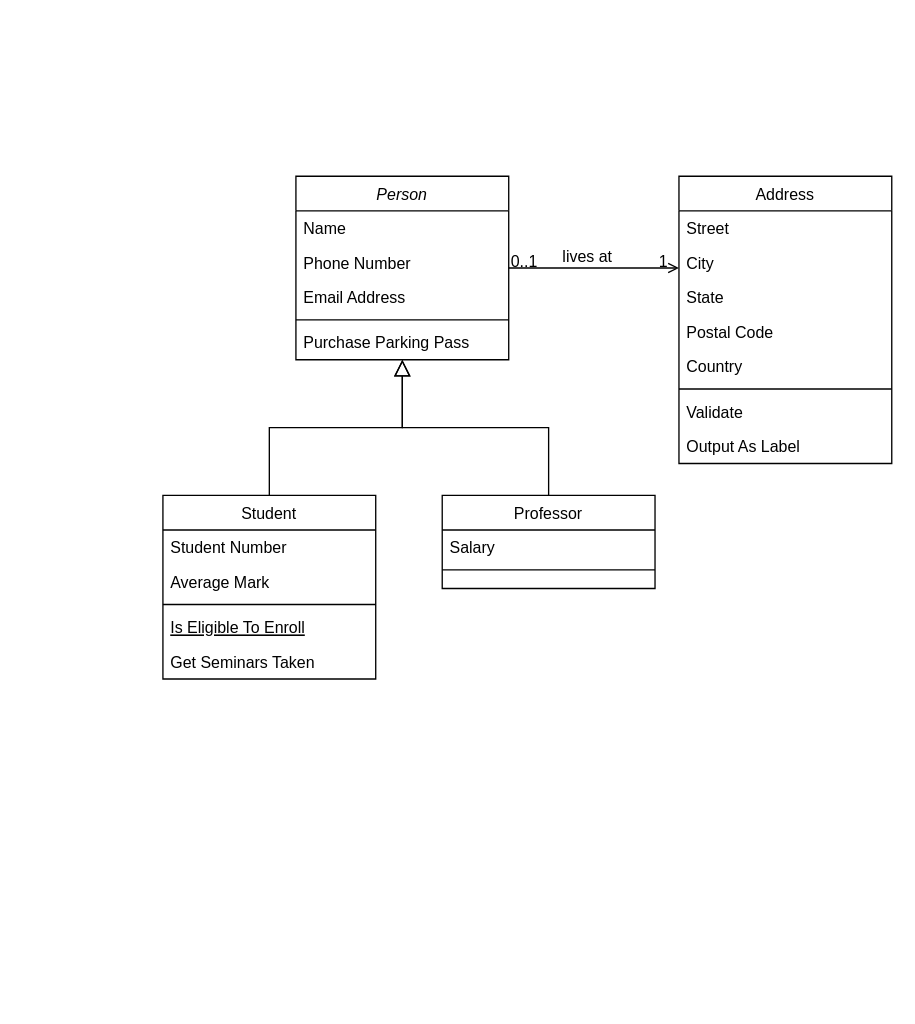
corrvax/toby keeps this draw.io diagram as 클래스다이어그램.drawio. Above is the earlier version. Source tidied: cells renumbered, new cells numbered last; positions are measured from the earlier drawing's top-left corner, leaving out a move shared by most shapes. Both pictures are drawn from the tidied source at 133%, with x=0, y=0 at pixel (162, 176).
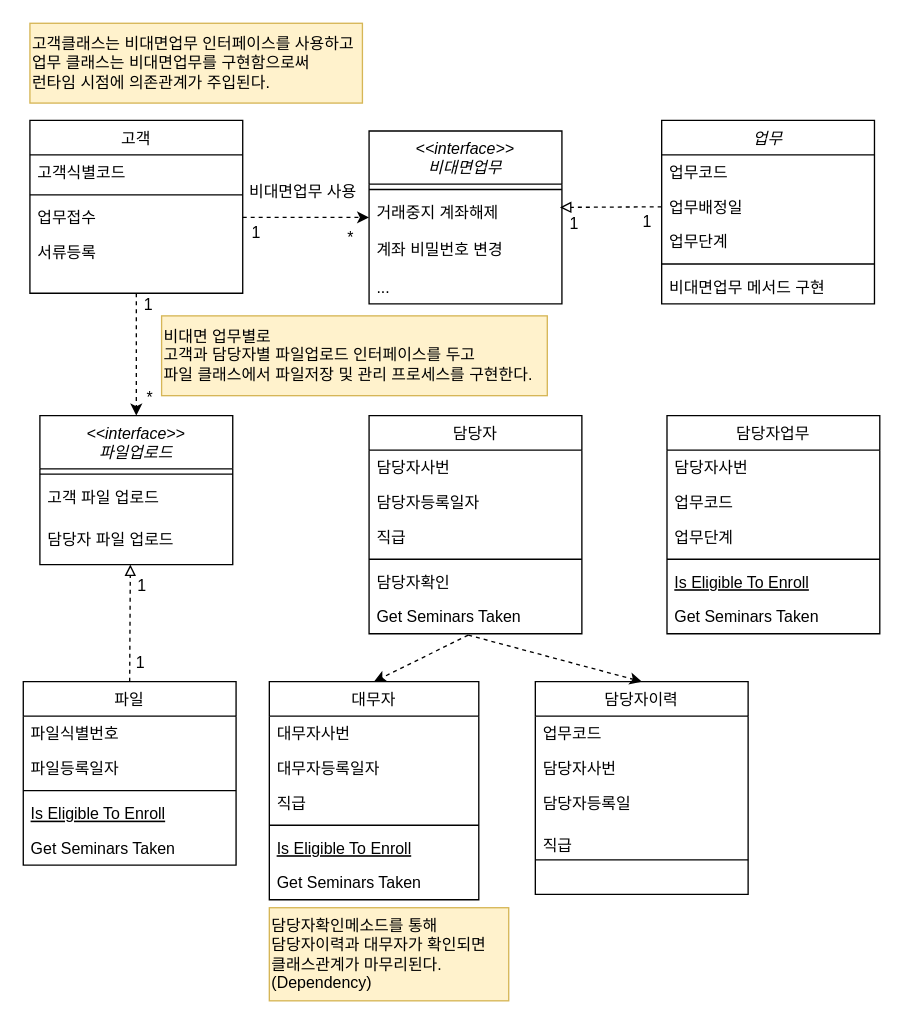
After the change.

Commit message (it also covers changes not shown here):
클래스다이어그램.drawio 업데이트

The edit, as a diff of the source:
```diff
@@
-    <mxCell id="2" value="Person" style="swimlane;fontStyle=2;align=center;verticalAlign=top;horizontal=1;startSize=26;rounded=0;shadow=0;strokeWidth=1;" parent="1" vertex="1">
-      <mxGeometry x="100" width="160" height="138" as="geometry" />
+    <mxCell id="2" value="업무" style="swimlane;fontStyle=2;align=center;verticalAlign=top;horizontal=1;startSize=26;rounded=0;shadow=0;strokeWidth=1;" parent="1" vertex="1">
+      <mxGeometry x="375" y="-42" width="160" height="138" as="geometry" />
     </mxCell>
-    <mxCell id="3" value="Name" style="text;align=left;verticalAlign=top;spacingLeft=4;spacingRight=4;overflow=hidden;" parent="2" vertex="1">
+    <mxCell id="3" value="업무코드" style="text;align=left;verticalAlign=top;spacingLeft=4;spacingRight=4;overflow=hidden;" parent="2" vertex="1">
       <mxGeometry y="26" width="160" height="26" as="geometry" />
     </mxCell>
-    <mxCell id="4" value="Phone Number" style="text;align=left;verticalAlign=top;spacingLeft=4;spacingRight=4;overflow=hidden;points=[[0,0.5],[1,0.5]];portConstraint=eastwest;rounded=0;shadow=0;html=0;" parent="2" vertex="1">
+    <mxCell id="4" value="업무배정일" style="text;align=left;verticalAlign=top;spacingLeft=4;spacingRight=4;overflow=hidden;points=[[0,0.5],[1,0.5]];portConstraint=eastwest;rounded=0;shadow=0;html=0;" parent="2" vertex="1">
       <mxGeometry y="52" width="160" height="26" as="geometry" />
     </mxCell>
-    <mxCell id="5" value="Email Address" style="text;align=left;verticalAlign=top;spacingLeft=4;spacingRight=4;overflow=hidden;rounded=0;shadow=0;html=0;" parent="2" vertex="1">
+    <mxCell id="5" value="업무단계" style="text;align=left;verticalAlign=top;spacingLeft=4;spacingRight=4;overflow=hidden;rounded=0;shadow=0;html=0;" parent="2" vertex="1">
       <mxGeometry y="78" width="160" height="26" as="geometry" />
     </mxCell>
@@
-    <mxCell id="7" value="Purchase Parking Pass" style="text;align=left;verticalAlign=top;spacingLeft=4;spacingRight=4;overflow=hidden;" parent="2" vertex="1">
+    <mxCell id="7" value="비대면업무 메서드 구현" style="text;align=left;verticalAlign=top;spacingLeft=4;spacingRight=4;overflow=hidden;" parent="2" vertex="1">
       <mxGeometry y="112" width="160" height="26" as="geometry" />
     </mxCell>
-    <mxCell id="8" value="Student" style="swimlane;fontStyle=0;align=center;verticalAlign=top;horizontal=1;startSize=26;rounded=0;shadow=0;strokeWidth=1;" parent="1" vertex="1">
-      <mxGeometry y="240" width="160" height="138" as="geometry" />
+    <mxCell id="8" value="파일" style="swimlane;fontStyle=0;align=center;verticalAlign=top;horizontal=1;startSize=26;rounded=0;shadow=0;strokeWidth=1;" parent="1" vertex="1">
+      <mxGeometry x="-105" y="380" width="160" height="138" as="geometry" />
     </mxCell>
-    <mxCell id="9" value="Student Number" style="text;align=left;verticalAlign=top;spacingLeft=4;spacingRight=4;overflow=hidden;" parent="8" vertex="1">
+    <mxCell id="9" value="파일식별번호" style="text;align=left;verticalAlign=top;spacingLeft=4;spacingRight=4;overflow=hidden;" parent="8" vertex="1">
       <mxGeometry y="26" width="160" height="26" as="geometry" />
     </mxCell>
-    <mxCell id="10" value="Average Mark" style="text;align=left;verticalAlign=top;spacingLeft=4;spacingRight=4;overflow=hidden;rounded=0;shadow=0;html=0;" parent="8" vertex="1">
+    <mxCell id="10" value="파일등록일자" style="text;align=left;verticalAlign=top;spacingLeft=4;spacingRight=4;overflow=hidden;rounded=0;shadow=0;html=0;" parent="8" vertex="1">
       <mxGeometry y="52" width="160" height="26" as="geometry" />
     </mxCell>
@@
-    <mxCell id="14" style="endArrow=block;endSize=10;endFill=0;shadow=0;strokeWidth=1;rounded=0;edgeStyle=elbowEdgeStyle;elbow=vertical;" parent="1" edge="1" source="8" target="2">
-      <mxGeometry relative="1" as="geometry" />
-    </mxCell>
-    <mxCell id="15" value="Professor" style="swimlane;fontStyle=0;align=center;verticalAlign=top;horizontal=1;startSize=26;rounded=0;shadow=0;strokeWidth=1;" parent="1" vertex="1">
-      <mxGeometry x="210" y="240" width="160" height="70" as="geometry" />
+    <mxCell id="15" value="담당자이력" style="swimlane;fontStyle=0;align=center;verticalAlign=top;horizontal=1;startSize=26;rounded=0;shadow=0;strokeWidth=1;" parent="1" vertex="1">
+      <mxGeometry x="280" y="380" width="160" height="160" as="geometry" />
     </mxCell>
-    <mxCell id="16" value="Salary" style="text;align=left;verticalAlign=top;spacingLeft=4;spacingRight=4;overflow=hidden;" parent="15" vertex="1">
+    <mxCell id="16" value="업무코드" style="text;align=left;verticalAlign=top;spacingLeft=4;spacingRight=4;overflow=hidden;" parent="15" vertex="1">
       <mxGeometry y="26" width="160" height="26" as="geometry" />
     </mxCell>
+    <mxCell id="32" value="담당자사번" style="text;align=left;verticalAlign=top;spacingLeft=4;spacingRight=4;overflow=hidden;" parent="15" vertex="1">
+      <mxGeometry y="52" width="160" height="26" as="geometry" />
+    </mxCell>
+    <mxCell id="33" value="담당자등록일" style="text;align=left;verticalAlign=top;spacingLeft=4;spacingRight=4;overflow=hidden;" parent="15" vertex="1">
+      <mxGeometry y="78" width="160" height="32" as="geometry" />
+    </mxCell>
+    <mxCell id="34" value="직급" style="text;align=left;verticalAlign=top;spacingLeft=4;spacingRight=4;overflow=hidden;" parent="15" vertex="1">
+      <mxGeometry y="110" width="160" height="20" as="geometry" />
+    </mxCell>
     <mxCell id="17" style="line;html=1;strokeWidth=1;align=left;verticalAlign=middle;spacingTop=-1;spacingLeft=3;spacingRight=3;labelPosition=right;" parent="15" vertex="1">
-      <mxGeometry y="52" width="160" height="8" as="geometry" />
+      <mxGeometry y="130" width="160" height="8" as="geometry" />
     </mxCell>
-    <mxCell id="18" style="endArrow=block;endSize=10;endFill=0;shadow=0;strokeWidth=1;rounded=0;edgeStyle=elbowEdgeStyle;elbow=vertical;" parent="1" edge="1" source="15" target="2">
-      <mxGeometry relative="1" as="geometry" />
-    </mxCell>
-    <mxCell id="19" value="Address" style="swimlane;fontStyle=0;align=center;verticalAlign=top;horizontal=1;startSize=26;rounded=0;shadow=0;strokeWidth=1;" parent="1" vertex="1">
-      <mxGeometry x="388" width="160" height="216" as="geometry" />
+    <mxCell id="19" value="고객" style="swimlane;fontStyle=0;align=center;verticalAlign=top;horizontal=1;startSize=26;rounded=0;shadow=0;strokeWidth=1;" parent="1" vertex="1">
+      <mxGeometry x="-100" y="-42" width="160" height="130" as="geometry" />
     </mxCell>
-    <mxCell id="20" value="Street" style="text;align=left;verticalAlign=top;spacingLeft=4;spacingRight=4;overflow=hidden;" parent="19" vertex="1">
+    <mxCell id="20" value="고객식별코드" style="text;align=left;verticalAlign=top;spacingLeft=4;spacingRight=4;overflow=hidden;" parent="19" vertex="1">
       <mxGeometry y="26" width="160" height="26" as="geometry" />
     </mxCell>
-    <mxCell id="21" value="City" style="text;align=left;verticalAlign=top;spacingLeft=4;spacingRight=4;overflow=hidden;rounded=0;shadow=0;html=0;" parent="19" vertex="1">
-      <mxGeometry y="52" width="160" height="26" as="geometry" />
-    </mxCell>
-    <mxCell id="22" value="State" style="text;align=left;verticalAlign=top;spacingLeft=4;spacingRight=4;overflow=hidden;rounded=0;shadow=0;html=0;" parent="19" vertex="1">
-      <mxGeometry y="78" width="160" height="26" as="geometry" />
-    </mxCell>
-    <mxCell id="23" value="Postal Code" style="text;align=left;verticalAlign=top;spacingLeft=4;spacingRight=4;overflow=hidden;rounded=0;shadow=0;html=0;" parent="19" vertex="1">
-      <mxGeometry y="104" width="160" height="26" as="geometry" />
-    </mxCell>
-    <mxCell id="24" value="Country" style="text;align=left;verticalAlign=top;spacingLeft=4;spacingRight=4;overflow=hidden;rounded=0;shadow=0;html=0;" parent="19" vertex="1">
-      <mxGeometry y="130" width="160" height="26" as="geometry" />
-    </mxCell>
     <mxCell id="25" style="line;html=1;strokeWidth=1;align=left;verticalAlign=middle;spacingTop=-1;spacingLeft=3;spacingRight=3;labelPosition=right;" parent="19" vertex="1">
-      <mxGeometry y="156" width="160" height="8" as="geometry" />
+      <mxGeometry y="52" width="160" height="8" as="geometry" />
     </mxCell>
-    <mxCell id="26" value="Validate" style="text;align=left;verticalAlign=top;spacingLeft=4;spacingRight=4;overflow=hidden;points=[[0,0.5],[1,0.5]];portConstraint=eastwest;" parent="19" vertex="1">
-      <mxGeometry y="164" width="160" height="26" as="geometry" />
+    <mxCell id="26" value="업무접수" style="text;align=left;verticalAlign=top;spacingLeft=4;spacingRight=4;overflow=hidden;points=[[0,0.5],[1,0.5]];portConstraint=eastwest;" parent="19" vertex="1">
+      <mxGeometry y="60" width="160" height="26" as="geometry" />
     </mxCell>
-    <mxCell id="27" value="Output As Label" style="text;align=left;verticalAlign=top;spacingLeft=4;spacingRight=4;overflow=hidden;" parent="19" vertex="1">
-      <mxGeometry y="190" width="160" height="26" as="geometry" />
+    <mxCell id="27" value="서류등록" style="text;align=left;verticalAlign=top;spacingLeft=4;spacingRight=4;overflow=hidden;" parent="19" vertex="1">
+      <mxGeometry y="86" width="160" height="26" as="geometry" />
     </mxCell>
-    <mxCell id="28" style="endArrow=open;shadow=0;strokeWidth=1;rounded=0;endFill=1;edgeStyle=elbowEdgeStyle;elbow=vertical;" parent="1" edge="1" source="2" target="19">
-      <mxGeometry x="0.5" y="41" relative="1" as="geometry">
-        <mxPoint x="-40" y="32" as="offset" />
-      </mxGeometry>
-    </mxCell>
-    <mxCell id="29" value="0..1" style="align=left;verticalAlign=bottom;labelBackgroundColor=none;fontSize=12;" parent="28" vertex="1">
-      <mxGeometry x="-1" relative="1" as="geometry">
-        <mxPoint y="4" as="offset" />
-      </mxGeometry>
-    </mxCell>
-    <mxCell id="30" value="1" style="align=right;verticalAlign=bottom;labelBackgroundColor=none;fontSize=12;" parent="28" vertex="1">
-      <mxGeometry x="1" relative="1" as="geometry">
-        <mxPoint x="-7" y="4" as="offset" />
-      </mxGeometry>
-    </mxCell>
-    <mxCell id="31" value="lives at" style="text;html=1;align=center;verticalAlign=middle;labelBackgroundColor=none;rounded=0;shadow=0;strokeWidth=1;fontSize=12;" parent="28" vertex="1">
-      <mxGeometry x="0.5" y="49" relative="1" as="geometry">
-        <mxPoint x="-38" y="40" as="offset" />
-      </mxGeometry>
-    </mxCell>
+    <mxCell id="35" value="담당자" style="swimlane;fontStyle=0;align=center;verticalAlign=top;horizontal=1;startSize=26;rounded=0;shadow=0;strokeWidth=1;" parent="1" vertex="1">
+      <mxGeometry x="155" y="180" width="160" height="164" as="geometry" />
+    </mxCell>
+    <mxCell id="36" value="담당자사번" style="text;align=left;verticalAlign=top;spacingLeft=4;spacingRight=4;overflow=hidden;" parent="35" vertex="1">
+      <mxGeometry y="26" width="160" height="26" as="geometry" />
+    </mxCell>
+    <mxCell id="37" value="담당자등록일자" style="text;align=left;verticalAlign=top;spacingLeft=4;spacingRight=4;overflow=hidden;rounded=0;shadow=0;html=0;" parent="35" vertex="1">
+      <mxGeometry y="52" width="160" height="26" as="geometry" />
+    </mxCell>
+    <mxCell id="38" value="직급" style="text;align=left;verticalAlign=top;spacingLeft=4;spacingRight=4;overflow=hidden;rounded=0;shadow=0;html=0;" parent="35" vertex="1">
+      <mxGeometry y="78" width="160" height="26" as="geometry" />
+    </mxCell>
+    <mxCell id="39" style="line;html=1;strokeWidth=1;align=left;verticalAlign=middle;spacingTop=-1;spacingLeft=3;spacingRight=3;labelPosition=right;" parent="35" vertex="1">
+      <mxGeometry y="104" width="160" height="8" as="geometry" />
+    </mxCell>
+    <mxCell id="40" value="담당자확인" style="text;align=left;verticalAlign=top;spacingLeft=4;spacingRight=4;overflow=hidden;fontStyle=0;" parent="35" vertex="1">
+      <mxGeometry y="112" width="160" height="26" as="geometry" />
+    </mxCell>
+    <mxCell id="41" value="Get Seminars Taken" style="text;align=left;verticalAlign=top;spacingLeft=4;spacingRight=4;overflow=hidden;points=[[0,0.5],[1,0.5]];portConstraint=eastwest;" parent="35" vertex="1">
+      <mxGeometry y="138" width="160" height="26" as="geometry" />
+    </mxCell>
+    <mxCell id="42" value="대무자" style="swimlane;fontStyle=0;align=center;verticalAlign=top;horizontal=1;startSize=26;rounded=0;shadow=0;strokeWidth=1;" parent="1" vertex="1">
+      <mxGeometry x="80" y="380" width="157.5" height="164" as="geometry" />
+    </mxCell>
+    <mxCell id="43" value="대무자사번" style="text;align=left;verticalAlign=top;spacingLeft=4;spacingRight=4;overflow=hidden;" parent="42" vertex="1">
+      <mxGeometry y="26" width="157.5" height="26" as="geometry" />
+    </mxCell>
+    <mxCell id="44" value="대무자등록일자" style="text;align=left;verticalAlign=top;spacingLeft=4;spacingRight=4;overflow=hidden;rounded=0;shadow=0;html=0;" parent="42" vertex="1">
+      <mxGeometry y="52" width="157.5" height="26" as="geometry" />
+    </mxCell>
+    <mxCell id="45" value="직급" style="text;align=left;verticalAlign=top;spacingLeft=4;spacingRight=4;overflow=hidden;rounded=0;shadow=0;html=0;" parent="42" vertex="1">
+      <mxGeometry y="78" width="157.5" height="26" as="geometry" />
+    </mxCell>
+    <mxCell id="46" style="line;html=1;strokeWidth=1;align=left;verticalAlign=middle;spacingTop=-1;spacingLeft=3;spacingRight=3;labelPosition=right;" parent="42" vertex="1">
+      <mxGeometry y="104" width="157.5" height="8" as="geometry" />
+    </mxCell>
+    <mxCell id="47" value="Is Eligible To Enroll" style="text;align=left;verticalAlign=top;spacingLeft=4;spacingRight=4;overflow=hidden;fontStyle=4;" parent="42" vertex="1">
+      <mxGeometry y="112" width="157.5" height="26" as="geometry" />
+    </mxCell>
+    <mxCell id="48" value="Get Seminars Taken" style="text;align=left;verticalAlign=top;spacingLeft=4;spacingRight=4;overflow=hidden;" parent="42" vertex="1">
+      <mxGeometry y="138" width="157.5" height="26" as="geometry" />
+    </mxCell>
+    <mxCell id="49" value="담당자업무" style="swimlane;fontStyle=0;align=center;verticalAlign=top;horizontal=1;startSize=26;rounded=0;shadow=0;strokeWidth=1;" parent="1" vertex="1">
+      <mxGeometry x="379" y="180" width="160" height="164" as="geometry" />
+    </mxCell>
+    <mxCell id="50" value="담당자사번" style="text;align=left;verticalAlign=top;spacingLeft=4;spacingRight=4;overflow=hidden;" parent="49" vertex="1">
+      <mxGeometry y="26" width="160" height="26" as="geometry" />
+    </mxCell>
+    <mxCell id="51" value="업무코드" style="text;align=left;verticalAlign=top;spacingLeft=4;spacingRight=4;overflow=hidden;rounded=0;shadow=0;html=0;" parent="49" vertex="1">
+      <mxGeometry y="52" width="160" height="26" as="geometry" />
+    </mxCell>
+    <mxCell id="52" value="업무단계" style="text;align=left;verticalAlign=top;spacingLeft=4;spacingRight=4;overflow=hidden;rounded=0;shadow=0;html=0;" parent="49" vertex="1">
+      <mxGeometry y="78" width="160" height="26" as="geometry" />
+    </mxCell>
+    <mxCell id="53" style="line;html=1;strokeWidth=1;align=left;verticalAlign=middle;spacingTop=-1;spacingLeft=3;spacingRight=3;labelPosition=right;" parent="49" vertex="1">
+      <mxGeometry y="104" width="160" height="8" as="geometry" />
+    </mxCell>
+    <mxCell id="54" value="Is Eligible To Enroll" style="text;align=left;verticalAlign=top;spacingLeft=4;spacingRight=4;overflow=hidden;fontStyle=4;" parent="49" vertex="1">
+      <mxGeometry y="112" width="160" height="26" as="geometry" />
+    </mxCell>
+    <mxCell id="55" value="Get Seminars Taken" style="text;align=left;verticalAlign=top;spacingLeft=4;spacingRight=4;overflow=hidden;" parent="49" vertex="1">
+      <mxGeometry y="138" width="160" height="26" as="geometry" />
+    </mxCell>
+    <mxCell id="56" style="rounded=0;jettySize=auto;html=1;entryX=0.5;entryY=0;entryDx=0;entryDy=0;dashed=1;exitX=0.466;exitY=1.038;exitDx=0;exitDy=0;exitPerimeter=0;" parent="1" edge="1" source="41" target="15">
+      <mxGeometry relative="1" as="geometry" />
+    </mxCell>
+    <mxCell id="57" style="rounded=0;jettySize=auto;html=1;exitX=0.466;exitY=1.038;exitDx=0;exitDy=0;entryX=0.5;entryY=0;entryDx=0;entryDy=0;dashed=1;exitPerimeter=0;" parent="1" edge="1" source="41" target="42">
+      <mxGeometry relative="1" as="geometry" />
+    </mxCell>
+    <mxCell id="58" value="담당자확인메소드를 통해 &lt;br&gt;담당자이력과 대무자가 확인되면 &lt;br&gt;클래스관계가 마무리된다.&lt;br&gt;(Dependency)" style="text;html=1;align=left;verticalAlign=middle;strokeColor=#d6b656;fillColor=#fff2cc;" parent="1" vertex="1">
+      <mxGeometry x="80" y="550" width="180" height="70" as="geometry" />
+    </mxCell>
+    <mxCell id="59" value="&lt;&lt;interface&gt;&gt;&#10;비대면업무" style="swimlane;fontStyle=2;align=center;verticalAlign=top;horizontal=1;startSize=40;rounded=0;shadow=0;strokeWidth=1;" parent="1" vertex="1">
+      <mxGeometry x="155" y="-34" width="145" height="130" as="geometry" />
+    </mxCell>
+    <mxCell id="60" style="line;html=1;strokeWidth=1;align=left;verticalAlign=middle;spacingTop=-1;spacingLeft=3;spacingRight=3;labelPosition=right;" parent="59" vertex="1">
+      <mxGeometry y="40" width="145" height="8" as="geometry" />
+    </mxCell>
+    <mxCell id="61" value="거래중지 계좌해제&#10;&#10;계좌 비밀번호 변경&#10; &#10;..." style="text;align=left;verticalAlign=top;spacingLeft=4;spacingRight=4;overflow=hidden;points=[[0,0.5],[1,0.5]];portConstraint=eastwest;" parent="59" vertex="1">
+      <mxGeometry y="48" width="145" height="82" as="geometry" />
+    </mxCell>
+    <mxCell id="62" style="rounded=0;jettySize=auto;html=1;exitX=1;exitY=0.5;exitDx=0;exitDy=0;entryX=0;entryY=0.5;entryDx=0;entryDy=0;dashed=1;" parent="1" edge="1" source="26" target="59">
+      <mxGeometry relative="1" as="geometry" />
+    </mxCell>
+    <mxCell id="63" value="비대면업무 사용" style="text;html=1;align=center;verticalAlign=middle;strokeColor=none;fillColor=none;" parent="1" vertex="1">
+      <mxGeometry x="55" y="-3" width="100" height="30" as="geometry" />
+    </mxCell>
+    <mxCell id="64" style="rounded=0;jettySize=auto;html=1;exitX=0;exitY=0.5;exitDx=0;exitDy=0;entryX=0.99;entryY=0.115;entryDx=0;entryDy=0;entryPerimeter=0;endArrow=block;endFill=0;dashed=1;" parent="1" edge="1" source="4" target="61">
+      <mxGeometry relative="1" as="geometry" />
+    </mxCell>
+    <mxCell id="65" value="고객클래스는 비대면업무 인터페이스를 사용하고&lt;br&gt;업무 클래스는 비대면업무를 구현함으로써&lt;br&gt;런타임 시점에 의존관계가 주입된다." style="text;html=1;align=left;verticalAlign=middle;strokeColor=#d6b656;fillColor=#fff2cc;" parent="1" vertex="1">
+      <mxGeometry x="-100" y="-115" width="250" height="60" as="geometry" />
+    </mxCell>
+    <mxCell id="66" value="1" style="text;html=1;align=center;verticalAlign=middle;strokeColor=none;fillColor=none;" parent="1" vertex="1">
+      <mxGeometry x="55" y="28" width="30" height="30" as="geometry" />
+    </mxCell>
+    <mxCell id="67" value="*" style="text;html=1;align=center;verticalAlign=middle;strokeColor=none;fillColor=none;" parent="1" vertex="1">
+      <mxGeometry x="126" y="32" width="30" height="30" as="geometry" />
+    </mxCell>
+    <mxCell id="68" value="1" style="text;html=1;align=center;verticalAlign=middle;strokeColor=none;fillColor=none;" parent="1" vertex="1">
+      <mxGeometry x="294" y="21" width="30" height="30" as="geometry" />
+    </mxCell>
+    <mxCell id="69" value="1" style="text;html=1;align=center;verticalAlign=middle;strokeColor=none;fillColor=none;" parent="1" vertex="1">
+      <mxGeometry x="349" y="20" width="30" height="30" as="geometry" />
+    </mxCell>
+    <mxCell id="70" value="&lt;&lt;interface&gt;&gt;&#10;파일업로드" style="swimlane;fontStyle=2;align=center;verticalAlign=top;horizontal=1;startSize=40;rounded=0;shadow=0;strokeWidth=1;" parent="1" vertex="1">
+      <mxGeometry x="-92.5" y="180" width="145" height="112" as="geometry" />
+    </mxCell>
+    <mxCell id="71" style="line;html=1;strokeWidth=1;align=left;verticalAlign=middle;spacingTop=-1;spacingLeft=3;spacingRight=3;labelPosition=right;" parent="70" vertex="1">
+      <mxGeometry y="40" width="145" height="8" as="geometry" />
+    </mxCell>
+    <mxCell id="72" value="고객 파일 업로드" style="text;align=left;verticalAlign=top;spacingLeft=4;spacingRight=4;overflow=hidden;" parent="70" vertex="1">
+      <mxGeometry y="48" width="145" height="32" as="geometry" />
+    </mxCell>
+    <mxCell id="73" value="담당자 파일 업로드" style="text;align=left;verticalAlign=top;spacingLeft=4;spacingRight=4;overflow=hidden;points=[[0,0.5],[1,0.5]];portConstraint=eastwest;" parent="70" vertex="1">
+      <mxGeometry y="80" width="145" height="32" as="geometry" />
+    </mxCell>
+    <mxCell id="74" style="rounded=0;jettySize=auto;html=1;exitX=0.5;exitY=1;exitDx=0;exitDy=0;entryX=0.5;entryY=0;entryDx=0;entryDy=0;dashed=1;" parent="1" edge="1" source="19" target="70">
+      <mxGeometry relative="1" as="geometry" />
+    </mxCell>
+    <mxCell id="75" value="1" style="text;html=1;align=center;verticalAlign=middle;strokeColor=none;fillColor=none;" parent="1" vertex="1">
+      <mxGeometry x="-26" y="82" width="30" height="30" as="geometry" />
+    </mxCell>
+    <mxCell id="76" value="*" style="text;html=1;align=center;verticalAlign=middle;strokeColor=none;fillColor=none;" parent="1" vertex="1">
+      <mxGeometry x="-25" y="152" width="30" height="30" as="geometry" />
+    </mxCell>
+    <mxCell id="77" style="rounded=0;jettySize=auto;html=1;exitX=0.5;exitY=0;exitDx=0;exitDy=0;entryX=0.469;entryY=1;entryDx=0;entryDy=0;entryPerimeter=0;endArrow=block;endFill=0;dashed=1;" parent="1" edge="1" source="8" target="73">
+      <mxGeometry relative="1" as="geometry" />
+    </mxCell>
+    <mxCell id="78" value="1" style="text;html=1;align=center;verticalAlign=middle;strokeColor=none;fillColor=none;" parent="1" vertex="1">
+      <mxGeometry x="-31" y="293" width="30" height="30" as="geometry" />
+    </mxCell>
+    <mxCell id="79" value="1" style="text;html=1;align=center;verticalAlign=middle;strokeColor=none;fillColor=none;" parent="1" vertex="1">
+      <mxGeometry x="-32" y="351" width="30" height="30" as="geometry" />
+    </mxCell>
+    <mxCell id="80" value="비대면 업무별로&amp;nbsp;&lt;br&gt;고객과 담당자별 파일업로드 인터페이스를 두고&lt;br&gt;파일 클래스에서 파일저장 및 관리 프로세스를 구현한다." style="text;html=1;align=left;verticalAlign=middle;strokeColor=#d6b656;fillColor=#fff2cc;" parent="1" vertex="1">
+      <mxGeometry x="-1" y="105" width="290" height="60" as="geometry" />
+    </mxCell>
```
